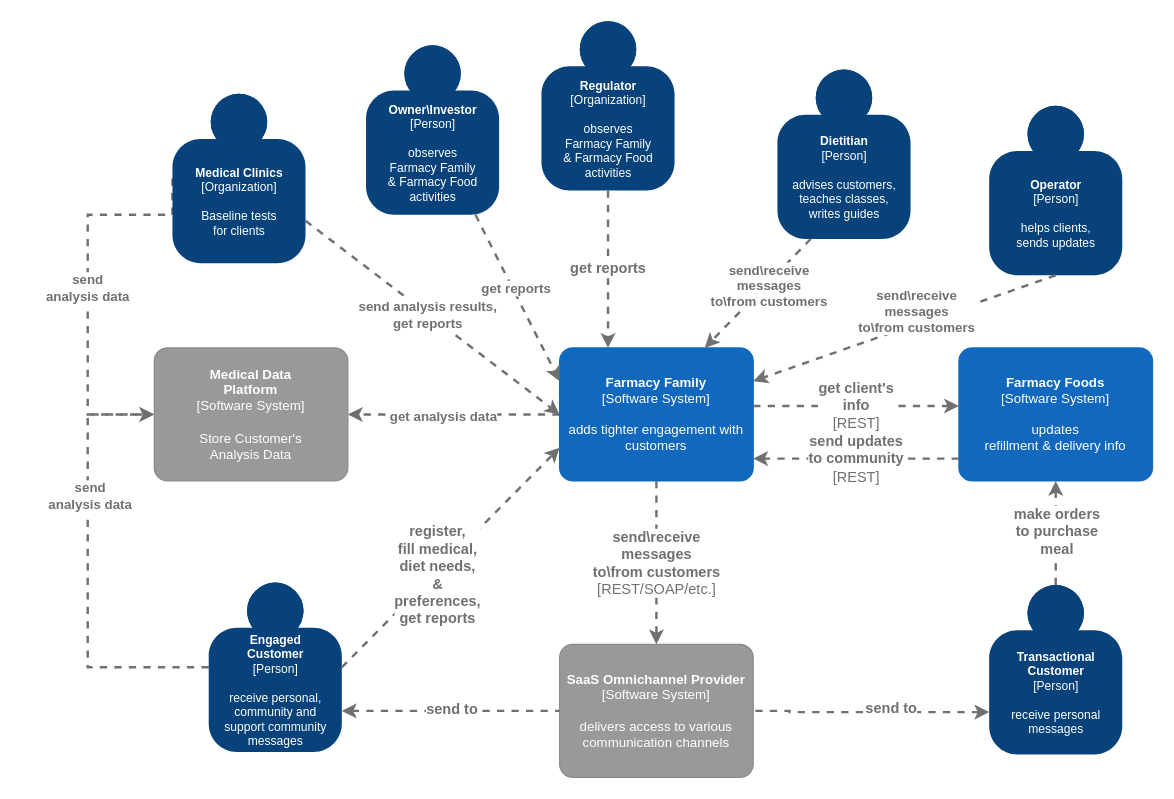
Earlier version of the draw.io diagram page "C4.System Context" (2 of 5) of analysis/drawio.drawio (sakosy/arch_katas_2021). Source tidied: cells renumbered, new cells numbered last; positions are measured from the earlier drawing's top-left corner, leaving out a move shared by most shapes. Both pictures are drawn from the tidied source at 121%, with x=0, y=0 at pixel (87, 21).
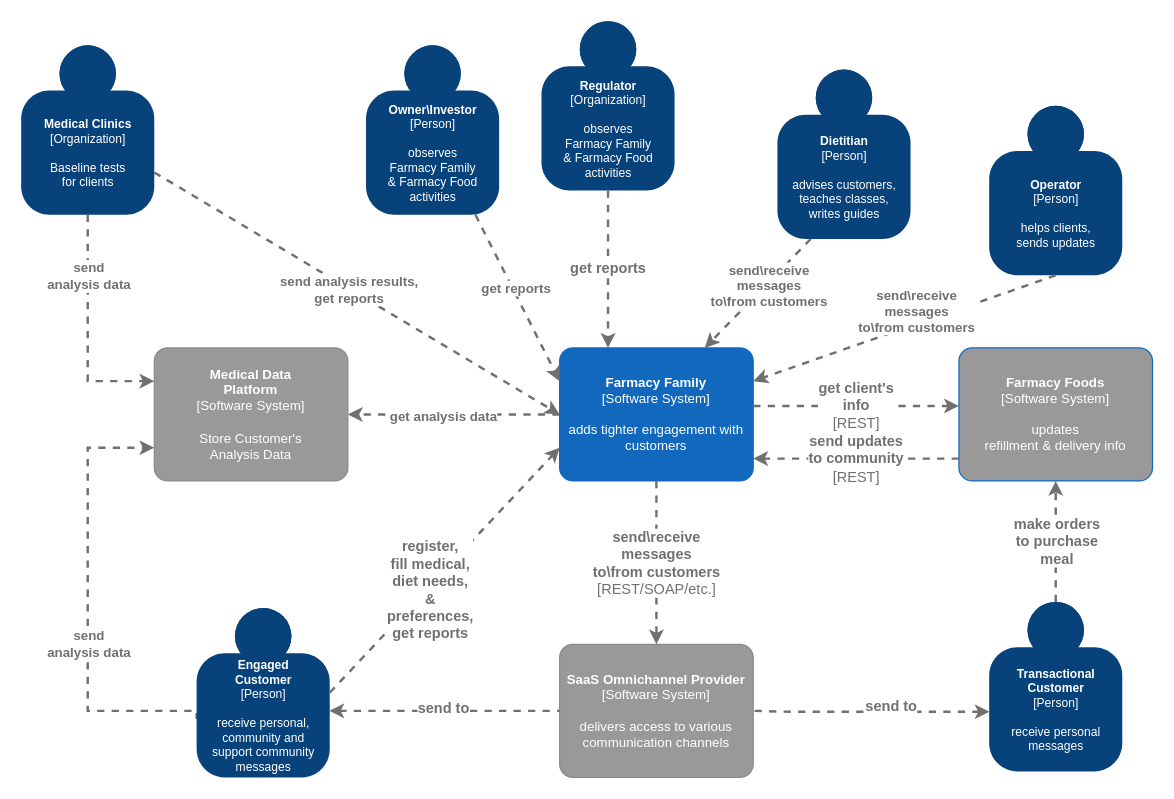
The same page after the edit.

Commit message (it also covers changes not shown here):
Improve System Context

Unchanged cells that the change refers to:
```xml
<object id="9" label="&lt;b style=&quot;font-size: 11px;&quot;&gt;%c4Name%&lt;/b&gt;&lt;div style=&quot;font-size: 11px;&quot;&gt;[%c4Type%]&lt;/div&gt;&lt;br style=&quot;font-size: 11px;&quot;&gt;&lt;div style=&quot;font-size: 11px;&quot;&gt;%c4Description%&lt;/div&gt;" c4Description="delivers access to various communication channels" c4Name="SaaS Omnichannel Provider" c4Type="Software System" placeholders="1">
  <mxCell style="rounded=1;whiteSpace=wrap;html=1;labelBackgroundColor=none;fillColor=#999999;fontColor=#ffffff;align=center;arcSize=10;strokeColor=#8A8A8A;metaData={&quot;c4Type&quot;:{&quot;editable&quot;:false}};points=[[0.25,0,0],[0.5,0,0],[0.75,0,0],[1,0.25,0],[1,0.5,0],[1,0.75,0],[0.75,1,0],[0.5,1,0],[0.25,1,0],[0,0.75,0],[0,0.5,0],[0,0.25,0]];fontFamily=PT Mono;fontSize=11;" parent="1" vertex="1">
    <mxGeometry x="390" y="515" width="160" height="110" as="geometry" />
  </mxCell>
</object>
<object id="38" label="&lt;b style=&quot;font-size: 11px;&quot;&gt;%c4Name%&lt;/b&gt;&lt;div style=&quot;font-size: 11px;&quot;&gt;[%c4Type%]&lt;/div&gt;&lt;br style=&quot;font-size: 11px;&quot;&gt;&lt;div style=&quot;font-size: 11px;&quot;&gt;%c4Description%&lt;/div&gt;" c4Description="Store Customer's&#10;Analysis Data" c4Name="Medical Data&#10;Platform" c4Type="Software System" placeholders="1">
  <mxCell style="rounded=1;whiteSpace=wrap;html=1;labelBackgroundColor=none;fillColor=#999999;fontColor=#ffffff;align=center;arcSize=10;strokeColor=#8A8A8A;metaData={&quot;c4Type&quot;:{&quot;editable&quot;:false}};points=[[0.25,0,0],[0.5,0,0],[0.75,0,0],[1,0.25,0],[1,0.5,0],[1,0.75,0],[0.75,1,0],[0.5,1,0],[0.25,1,0],[0,0.75,0],[0,0.5,0],[0,0.25,0]];fontFamily=PT Mono;fontSize=11;" parent="1" vertex="1">
    <mxGeometry x="55" y="270" width="160" height="110" as="geometry" />
  </mxCell>
</object>
```

Change to the diagram source:
```diff
@@
-    <mxCell id="2" style="edgeStyle=orthogonalEdgeStyle;rounded=0;jettySize=auto;html=1;entryX=0;entryY=0.5;entryDx=0;entryDy=0;entryPerimeter=0;fontColor=#707070;exitX=0;exitY=0.5;exitDx=0;exitDy=0;exitPerimeter=0;dashed=1;fontFamily=PT Mono;fontSize=12;strokeColor=#707070;strokeWidth=2;endFill=1;startFill=0;" parent="1" edge="1" source="4" target="38">
+    <mxCell id="2" style="edgeStyle=orthogonalEdgeStyle;rounded=0;jettySize=auto;html=1;entryX=0;entryY=0.75;entryDx=0;entryDy=0;entryPerimeter=0;fontColor=#707070;exitX=0.019;exitY=0.648;exitDx=0;exitDy=0;exitPerimeter=0;dashed=1;fontFamily=PT Mono;fontSize=12;strokeColor=#707070;strokeWidth=2;endFill=1;startFill=0;" parent="1" edge="1" source="4" target="38">
       <mxGeometry relative="1" as="geometry">
         <Array as="points">
-          <mxPoint y="534" />
-          <mxPoint y="325" />
+          <mxPoint x="90" y="576" />
+          <mxPoint x="90" y="570" />
+          <mxPoint y="570" />
+          <mxPoint y="353" />
         </Array>
       </mxGeometry>
     </mxCell>
     <mxCell id="3" value="&lt;span style=&quot;font-weight: 700&quot;&gt;send&lt;br&gt;analysis data&lt;/span&gt;" style="edgeLabel;html=1;align=center;verticalAlign=middle;fontColor=#707070;" parent="2" vertex="1">
-      <mxGeometry x="0.33" y="-1" relative="1" as="geometry" />
+      <mxGeometry x="0.33" y="-1" relative="1" as="geometry">
+        <mxPoint x="-1" y="92.9" as="offset" />
+      </mxGeometry>
     </mxCell>
     <object id="4" label="&lt;b style=&quot;font-size: 10px;&quot;&gt;%c4Name%&lt;/b&gt;&lt;div style=&quot;font-size: 10px;&quot;&gt;[%c4Type%]&lt;/div&gt;&lt;br style=&quot;font-size: 10px;&quot;&gt;&lt;div style=&quot;font-size: 10px;&quot;&gt;%c4Description%&lt;/div&gt;" c4Description="receive personal,&#10;community and&#10;support community&#10;messages" c4Name="Engaged&#10;Customer" c4Type="Person" placeholders="1">
       <mxCell style="html=1;dashed=0;whitespace=wrap;fillColor=#08427b;strokeColor=none;fontColor=#ffffff;shape=mxgraph.c4.person;align=center;points=[[0.5,0,0],[1,0.5,0],[1,0.75,0],[0.75,1,0],[0.5,1,0],[0.25,1,0],[0,0.75,0],[0,0.5,0]];metaData={&quot;c4Type&quot;:{&quot;editable&quot;:false}};fontFamily=PT Mono;fontSize=10;" parent="1" vertex="1">
-        <mxGeometry x="100" y="464" width="110" height="140" as="geometry" />
+        <mxGeometry x="90" y="485" width="110" height="140" as="geometry" />
       </mxCell>
     </object>
@@
     <object id="8" label="&lt;b style=&quot;font-size: 11px;&quot;&gt;%c4Name%&lt;/b&gt;&lt;div style=&quot;font-size: 11px;&quot;&gt;[%c4Type%]&lt;/div&gt;&lt;br style=&quot;font-size: 11px;&quot;&gt;&lt;div style=&quot;font-size: 11px;&quot;&gt;%c4Description%&lt;/div&gt;" c4Description="updates&#10;refillment &amp; delivery info" c4Name="Farmacy Foods" c4Type="Software System" placeholders="1">
-      <mxCell style="rounded=1;whiteSpace=wrap;html=1;labelBackgroundColor=none;fillColor=#1168BD;fontColor=#ffffff;align=center;arcSize=10;strokeColor=#1168BD;metaData={&quot;c4Type&quot;:{&quot;editable&quot;:false}};points=[[0.25,0,0],[0.5,0,0],[0.75,0,0],[1,0.25,0],[1,0.5,0],[1,0.75,0],[0.75,1,0],[0.5,1,0],[0.25,1,0],[0,0.75,0],[0,0.5,0],[0,0.25,0]];fontFamily=PT Mono;fontSize=11;" parent="1" vertex="1">
+      <mxCell style="rounded=1;whiteSpace=wrap;html=1;labelBackgroundColor=none;fillColor=#999999;fontColor=#ffffff;align=center;arcSize=10;strokeColor=#1168BD;metaData={&quot;c4Type&quot;:{&quot;editable&quot;:false}};points=[[0.25,0,0],[0.5,0,0],[0.75,0,0],[1,0.25,0],[1,0.5,0],[1,0.75,0],[0.75,1,0],[0.5,1,0],[0.25,1,0],[0,0.75,0],[0,0.5,0],[0,0.25,0]];fontFamily=PT Mono;fontSize=11;" parent="1" vertex="1">
         <mxGeometry x="720" y="270" width="160" height="110" as="geometry" />
       </mxCell>
     </object>
@@
     <object id="14" label="&lt;b style=&quot;font-size: 10px;&quot;&gt;%c4Name%&lt;/b&gt;&lt;div style=&quot;font-size: 10px;&quot;&gt;[%c4Type%]&lt;/div&gt;&lt;br style=&quot;font-size: 10px;&quot;&gt;&lt;div style=&quot;font-size: 10px;&quot;&gt;%c4Description%&lt;/div&gt;" c4Description="receive personal&#10;messages" c4Name="Transactional&#10;Customer" c4Type="Person" placeholders="1">
       <mxCell style="html=1;dashed=0;whitespace=wrap;fillColor=#08427b;strokeColor=none;fontColor=#ffffff;shape=mxgraph.c4.person;align=center;points=[[0.5,0,0],[1,0.5,0],[1,0.75,0],[0.75,1,0],[0.5,1,0],[0.25,1,0],[0,0.75,0],[0,0.5,0]];metaData={&quot;c4Type&quot;:{&quot;editable&quot;:false}};fontFamily=PT Mono;fontSize=10;" parent="1" vertex="1">
-        <mxGeometry x="745" y="466" width="110" height="140" as="geometry" />
+        <mxGeometry x="745" y="480" width="110" height="140" as="geometry" />
       </mxCell>
     </object>
@@
-    <mxCell id="17" style="endArrow=none;html=1;rounded=0;fontFamily=PT Mono;fontSize=12;fontColor=#707070;verticalAlign=middle;dashed=1;strokeColor=#707070;strokeWidth=2;endFill=0;startFill=1;entryX=0;entryY=0.5;entryDx=0;entryDy=0;entryPerimeter=0;startArrow=classic;" parent="1" edge="1" target="9">
-      <mxGeometry relative="1" as="geometry">
-        <mxPoint x="210" y="570" as="sourcePoint" />
-      </mxGeometry>
+    <mxCell id="17" style="endArrow=none;html=1;rounded=0;fontFamily=PT Mono;fontSize=12;fontColor=#707070;verticalAlign=middle;dashed=1;strokeColor=#707070;strokeWidth=2;endFill=0;startFill=1;entryX=0;entryY=0.5;entryDx=0;entryDy=0;entryPerimeter=0;startArrow=classic;exitX=0.997;exitY=0.607;exitDx=0;exitDy=0;exitPerimeter=0;" parent="1" edge="1" source="4" target="9">
+      <mxGeometry relative="1" as="geometry" />
     </mxCell>
@@
-    <mxCell id="19" style="endArrow=none;html=1;rounded=0;fontFamily=PT Mono;fontSize=12;fontColor=#707070;verticalAlign=middle;edgeStyle=elbowEdgeStyle;dashed=1;strokeColor=#707070;strokeWidth=2;endFill=0;startFill=1;exitX=0;exitY=0.75;exitDx=0;exitDy=0;exitPerimeter=0;startArrow=classic;entryX=1;entryY=0.5;entryDx=0;entryDy=0;entryPerimeter=0;" parent="1" edge="1" source="14" target="9">
+    <mxCell id="19" style="endArrow=none;html=1;rounded=0;fontFamily=PT Mono;fontSize=12;fontColor=#707070;verticalAlign=middle;edgeStyle=elbowEdgeStyle;dashed=1;strokeColor=#707070;strokeWidth=2;endFill=0;startFill=1;exitX=0.003;exitY=0.648;exitDx=0;exitDy=0;exitPerimeter=0;startArrow=classic;entryX=1;entryY=0.5;entryDx=0;entryDy=0;entryPerimeter=0;" parent="1" edge="1" source="14" target="9">
       <mxGeometry relative="1" as="geometry">
         <Array as="points">
           <mxPoint x="580" y="574" />
         </Array>
       </mxGeometry>
     </mxCell>
@@
-    <mxCell id="25" style="edgeStyle=orthogonalEdgeStyle;rounded=0;jettySize=auto;html=1;entryX=0;entryY=0.5;entryDx=0;entryDy=0;entryPerimeter=0;exitX=0;exitY=0.5;exitDx=0;exitDy=0;exitPerimeter=0;dashed=1;fontFamily=PT Mono;fontSize=12;fontColor=#707070;strokeColor=#707070;strokeWidth=2;endFill=1;startFill=0;" parent="1" edge="1" source="27" target="38">
+    <mxCell id="25" style="edgeStyle=orthogonalEdgeStyle;rounded=0;jettySize=auto;html=1;entryX=0;entryY=0.25;entryDx=0;entryDy=0;entryPerimeter=0;exitX=0.5;exitY=1;exitDx=0;exitDy=0;exitPerimeter=0;dashed=1;fontFamily=PT Mono;fontSize=12;fontColor=#707070;strokeColor=#707070;strokeWidth=2;endFill=1;startFill=0;" parent="1" edge="1" source="27" target="38">
       <mxGeometry relative="1" as="geometry">
         <Array as="points">
-          <mxPoint y="160" />
-          <mxPoint y="325" />
+          <mxPoint y="298" />
         </Array>
       </mxGeometry>
     </mxCell>
     <mxCell id="26" value="send&lt;br&gt;analysis data" style="edgeLabel;html=1;align=center;verticalAlign=middle;fontColor=#707070;fontStyle=1;" parent="25" vertex="1">
-      <mxGeometry y="-1" relative="1" as="geometry" />
+      <mxGeometry y="-1" relative="1" as="geometry">
+        <mxPoint x="1" y="-45.7" as="offset" />
+      </mxGeometry>
     </mxCell>
     <object id="27" label="&lt;b style=&quot;font-size: 10px;&quot;&gt;%c4Name%&lt;/b&gt;&lt;div style=&quot;font-size: 10px;&quot;&gt;[%c4Type%]&lt;/div&gt;&lt;br style=&quot;font-size: 10px;&quot;&gt;&lt;div style=&quot;font-size: 10px;&quot;&gt;%c4Description%&lt;/div&gt;" c4Description="Baseline tests&#10;for clients" c4Name="Medical Clinics" c4Type="Organization" placeholders="1">
       <mxCell style="html=1;dashed=0;whitespace=wrap;fillColor=#08427b;strokeColor=none;fontColor=#ffffff;shape=mxgraph.c4.person;align=center;points=[[0.5,0,0],[1,0.5,0],[1,0.75,0],[0.75,1,0],[0.5,1,0],[0.25,1,0],[0,0.75,0],[0,0.5,0]];metaData={&quot;c4Type&quot;:{&quot;editable&quot;:false}};fontFamily=PT Mono;fontSize=10;" parent="1" vertex="1">
-        <mxGeometry x="70" y="60" width="110" height="140" as="geometry" />
+        <mxGeometry x="-55" y="20" width="110" height="140" as="geometry" />
       </mxCell>
     </object>
```
